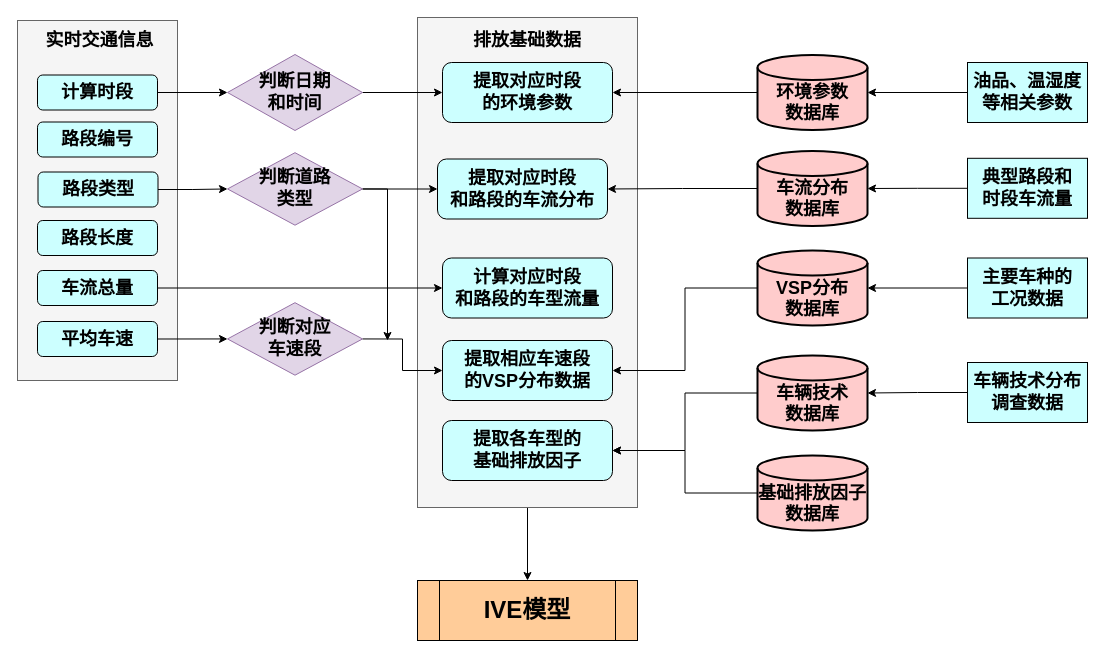
The draw.io diagram 论文给出的机动车排放量计算流程图.drawio in WienWong/Misc, before the edit. Source tidied: cells renumbered, new cells numbered last; positions are measured from the earlier drawing's top-left corner, leaving out a move shared by most shapes. Both pictures are drawn from the tidied source at 100%, with x=0, y=0 at pixel (17, 17).
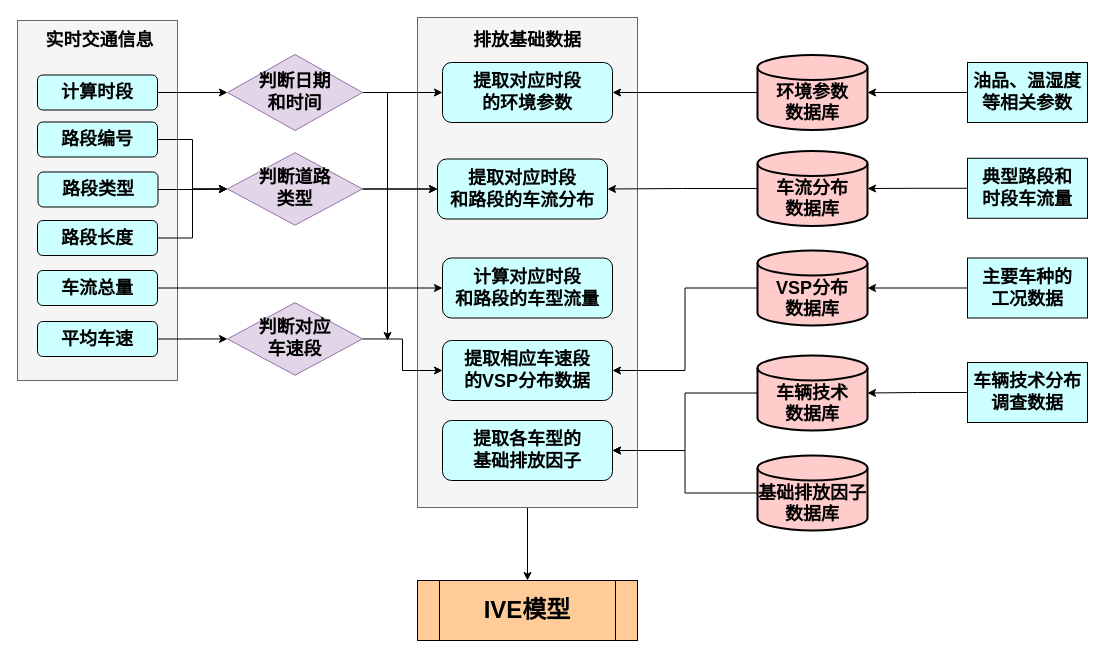
After the change.

Commit message (it also covers changes not shown here):
Update 论文给出的机动车排放量计算流程图.drawio

The change refers to these unchanged cells:
```xml
<mxCell id="10" value="&lt;b style=&quot;font-size: 18px&quot;&gt;提取对应时段&lt;br&gt;和路段的车流分布&lt;/b&gt;" style="rounded=1;whiteSpace=wrap;html=1;fillColor=#CCFFFF;" parent="1" vertex="1">
  <mxGeometry x="420" y="141.5" width="170" height="60" as="geometry" />
</mxCell>
<mxCell id="14" value="&lt;b style=&quot;font-size: 18px&quot;&gt;路段编号&lt;/b&gt;" style="rounded=1;whiteSpace=wrap;html=1;fillColor=#CCFFFF;" parent="1" vertex="1">
  <mxGeometry x="20" y="104.5" width="120" height="35" as="geometry" />
</mxCell>
<mxCell id="17" value="&lt;b style=&quot;font-size: 18px&quot;&gt;路段长度&lt;/b&gt;" style="rounded=1;whiteSpace=wrap;html=1;fillColor=#CCFFFF;" parent="1" vertex="1">
  <mxGeometry x="20" y="203" width="120" height="35" as="geometry" />
</mxCell>
<mxCell id="34" value="&lt;b style=&quot;font-size: 18px&quot;&gt;判断日期&lt;br&gt;和时间&lt;/b&gt;" style="strokeWidth=1;html=1;shape=mxgraph.flowchart.decision;whiteSpace=wrap;fillColor=#e1d5e7;strokeColor=#9673a6;" parent="1" vertex="1">
  <mxGeometry x="210" y="37" width="135" height="76" as="geometry" />
</mxCell>
<mxCell id="37" value="&lt;b style=&quot;font-size: 18px&quot;&gt;判断道路&lt;br&gt;类型&lt;/b&gt;" style="strokeWidth=1;html=1;shape=mxgraph.flowchart.decision;whiteSpace=wrap;direction=south;fillColor=#e1d5e7;strokeColor=#9673a6;" parent="1" vertex="1">
  <mxGeometry x="210" y="135.2" width="135" height="72.5" as="geometry" />
</mxCell>
```

Change to the diagram source:
```diff
@@
+    <mxCell id="48" style="edgeStyle=orthogonalEdgeStyle;rounded=0;jettySize=auto;html=1;exitX=1;exitY=0.5;exitDx=0;exitDy=0;entryX=0.5;entryY=1;entryDx=0;entryDy=0;entryPerimeter=0;" parent="1" edge="1" source="14" target="37">
+      <mxGeometry relative="1" as="geometry" />
+    </mxCell>
@@
+    <mxCell id="49" style="edgeStyle=orthogonalEdgeStyle;rounded=0;jettySize=auto;html=1;exitX=1;exitY=0.5;exitDx=0;exitDy=0;entryX=0.5;entryY=1;entryDx=0;entryDy=0;entryPerimeter=0;" parent="1" edge="1" source="17" target="37">
+      <mxGeometry relative="1" as="geometry" />
+    </mxCell>
@@
+    <mxCell id="50" style="edgeStyle=orthogonalEdgeStyle;rounded=0;jettySize=auto;html=1;exitX=1;exitY=0.5;exitDx=0;exitDy=0;exitPerimeter=0;entryX=0;entryY=0.5;entryDx=0;entryDy=0;" parent="1" edge="1" source="34" target="10">
+      <mxGeometry relative="1" as="geometry">
+        <Array as="points">
+          <mxPoint x="370" y="75" />
+          <mxPoint x="370" y="172" />
+        </Array>
+      </mxGeometry>
+    </mxCell>
```
